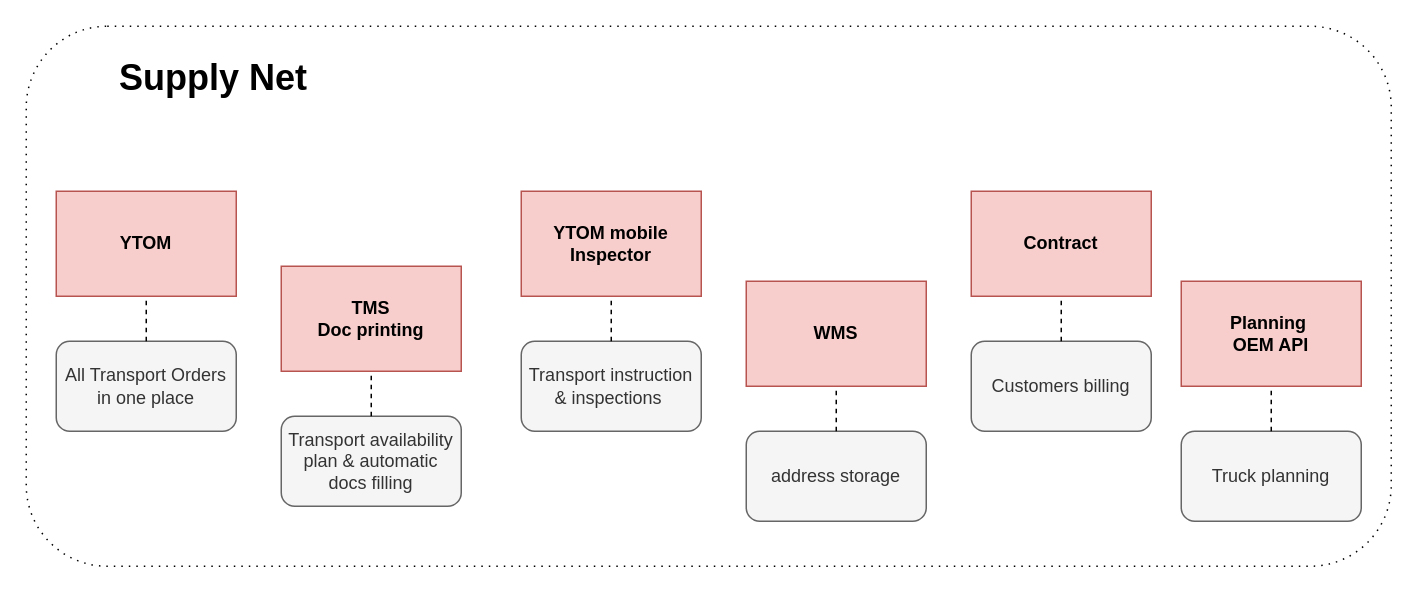
The draw.io diagram products.drawio in annastazi02/diagrams, before the edit. Source tidied: cells renumbered, new cells numbered last; positions are measured from the earlier drawing's top-left corner, leaving out a move shared by most shapes. Both pictures are drawn from the tidied source at 150%, with x=0, y=0 at pixel (26, 26).
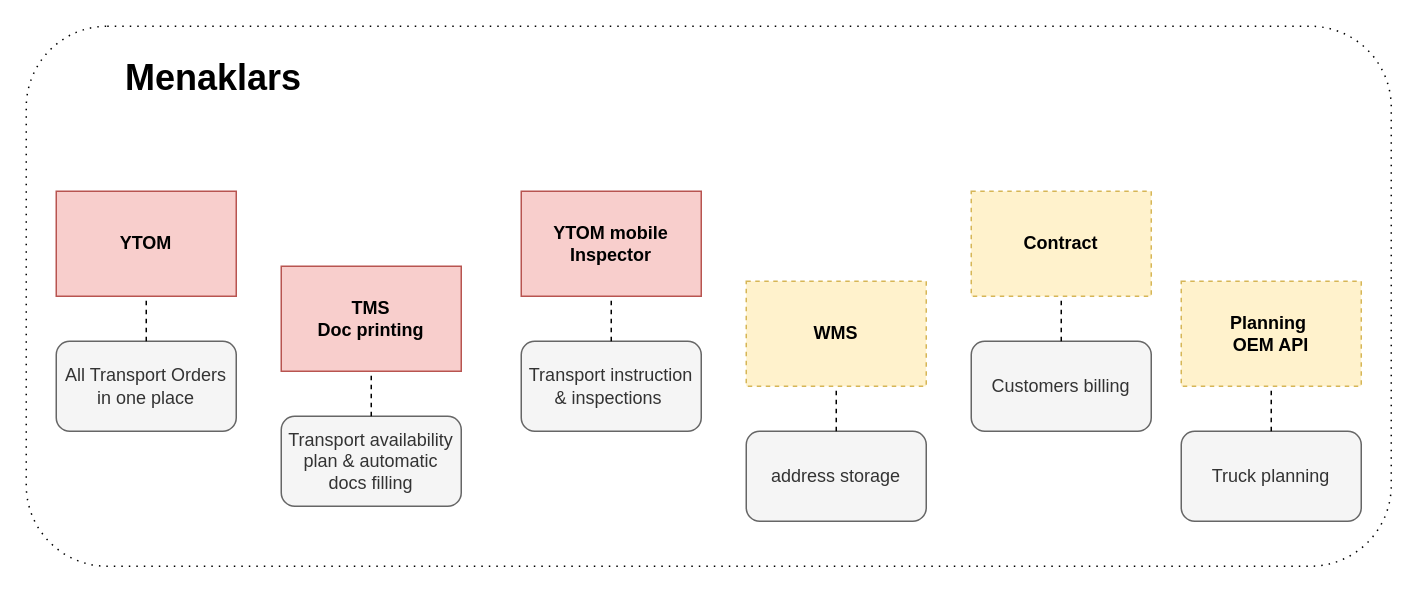
Above is the later version.

Change to the diagram source:
```diff
@@
-    <mxCell id="6" value="&lt;b&gt;WMS&lt;/b&gt;" style="rounded=0;whiteSpace=wrap;html=1;fillColor=#f8cecc;strokeColor=#b85450;" parent="1" vertex="1">
+    <mxCell id="6" value="&lt;b&gt;WMS&lt;/b&gt;" style="rounded=0;whiteSpace=wrap;html=1;fillColor=#fff2cc;strokeColor=#d6b656;dashed=1;" parent="1" vertex="1">
       <mxGeometry x="480" y="170" width="120" height="70" as="geometry" />
     </mxCell>
-    <mxCell id="7" value="&lt;b&gt;Contract&lt;/b&gt;" style="rounded=0;whiteSpace=wrap;html=1;fillColor=#f8cecc;strokeColor=#b85450;" parent="1" vertex="1">
+    <mxCell id="7" value="&lt;b&gt;Contract&lt;/b&gt;" style="rounded=0;whiteSpace=wrap;html=1;fillColor=#fff2cc;strokeColor=#d6b656;dashed=1;" parent="1" vertex="1">
       <mxGeometry x="630" y="110" width="120" height="70" as="geometry" />
     </mxCell>
-    <mxCell id="8" value="&lt;b&gt;Planning&amp;nbsp;&lt;br&gt;OEM API&lt;/b&gt;" style="rounded=0;whiteSpace=wrap;html=1;fillColor=#f8cecc;strokeColor=#b85450;" parent="1" vertex="1">
+    <mxCell id="8" value="&lt;b&gt;Planning&amp;nbsp;&lt;br&gt;OEM API&lt;/b&gt;" style="rounded=0;whiteSpace=wrap;html=1;fillColor=#fff2cc;strokeColor=#d6b656;dashed=1;" parent="1" vertex="1">
       <mxGeometry x="770" y="170" width="120" height="70" as="geometry" />
     </mxCell>
-    <mxCell id="9" value="&lt;b&gt;&lt;font style=&quot;font-size: 24px&quot;&gt;Supply Net&lt;/font&gt;&lt;/b&gt;" style="text;html=1;strokeColor=none;fillColor=none;align=center;verticalAlign=middle;whiteSpace=wrap;rounded=0;" parent="1" vertex="1">
+    <mxCell id="9" value="&lt;b&gt;&lt;font style=&quot;font-size: 24px&quot;&gt;Menaklars&lt;/font&gt;&lt;/b&gt;" style="text;html=1;strokeColor=none;fillColor=none;align=center;verticalAlign=middle;whiteSpace=wrap;rounded=0;" parent="1" vertex="1">
       <mxGeometry x="40" y="10" width="170" height="50" as="geometry" />
     </mxCell>
```
